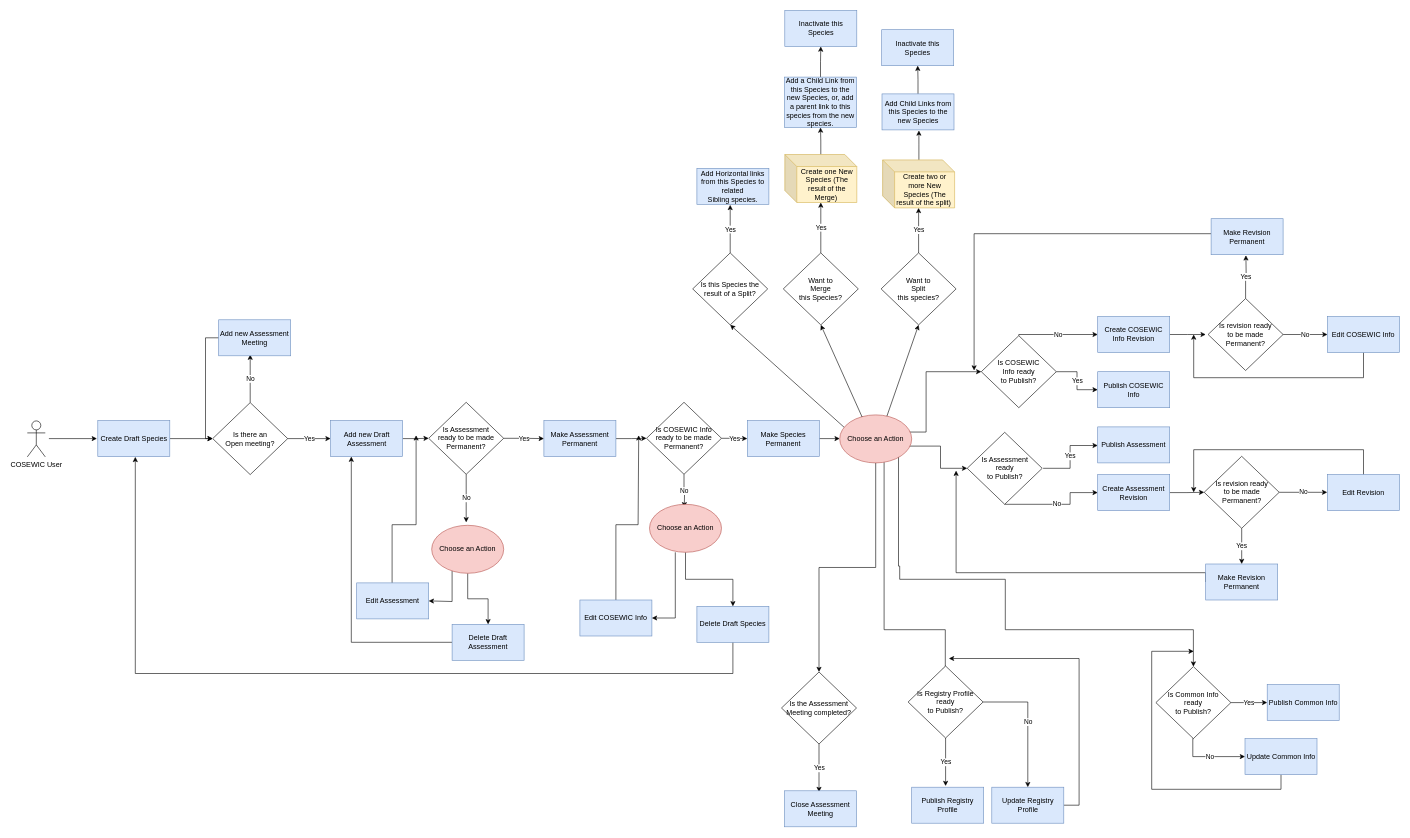
Earlier version of the draw.io diagram page "COSEWIC" (1 of 3) of SAR system flowchart.drawio (AleksueiR/sar-api-test). Source tidied: cells renumbered, new cells numbered last; positions are measured from the earlier drawing's top-left corner, leaving out a move shared by most shapes. Both pictures are drawn from the tidied source at 60%, with x=0, y=0 at pixel (27, 10).
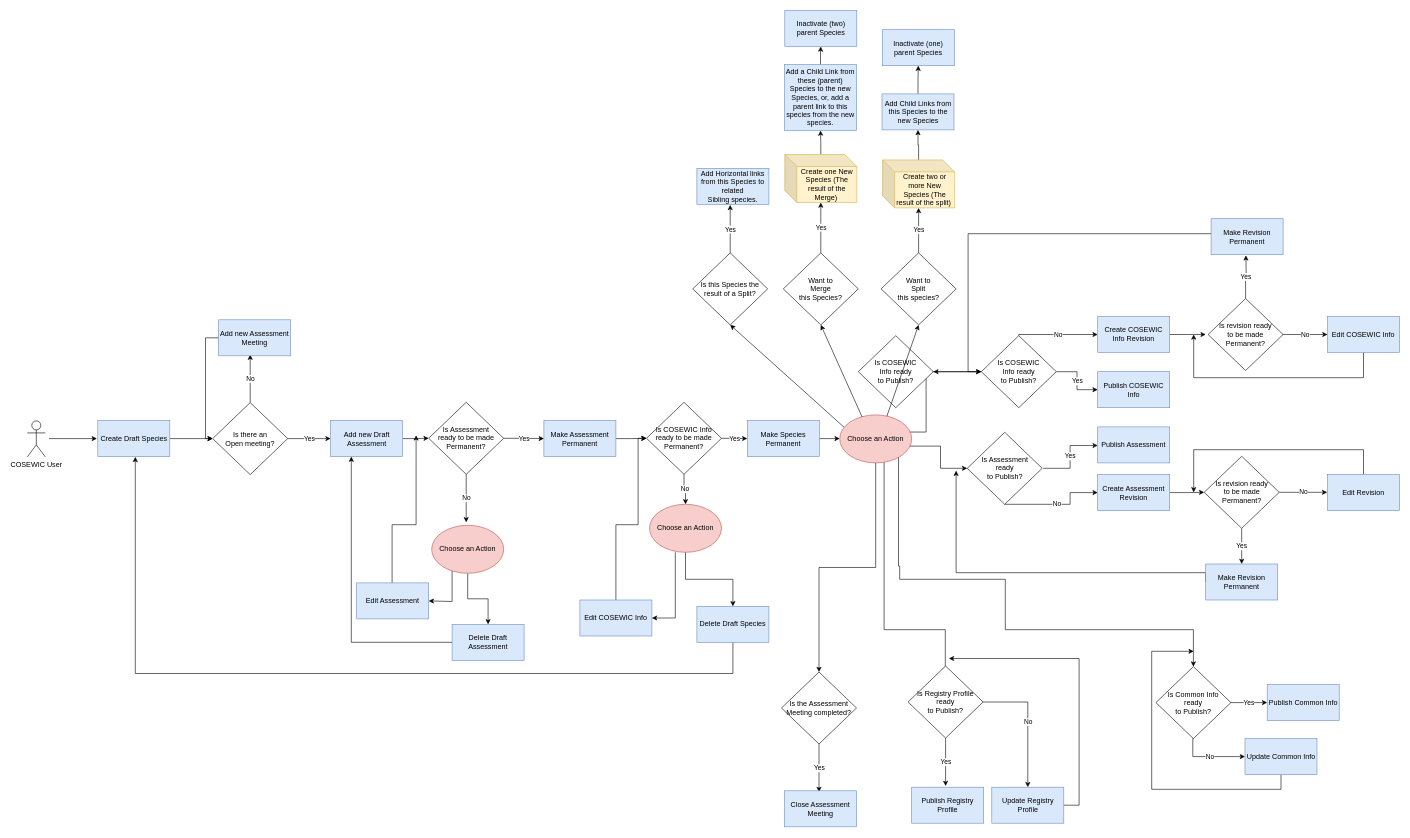
Above is the later version.

The change refers to these unchanged cells:
```xml
<mxCell id="20" value="Is COSEWIC &lt;br&gt;Info&amp;nbsp;ready &lt;br&gt;to Publish?" style="rhombus;whiteSpace=wrap;html=1;" parent="1" vertex="1">
  <mxGeometry x="1590" y="542" width="125" height="120" as="geometry" />
</mxCell>
<mxCell id="24" value="Make Revision Permanent" style="rounded=0;whiteSpace=wrap;html=1;fillColor=#dae8fc;strokeColor=#6c8ebf;" parent="1" vertex="1">
  <mxGeometry x="1973" y="347" width="120" height="60" as="geometry" />
</mxCell>
<mxCell id="49" value="Create two or more New Species (The result of the split)&amp;nbsp;" style="shape=cube;whiteSpace=wrap;html=1;boundedLbl=1;backgroundOutline=1;darkOpacity=0.05;darkOpacity2=0.1;fillColor=#fff2cc;strokeColor=#d6b656;" parent="1" vertex="1">
  <mxGeometry x="1425.5" y="249" width="120" height="80" as="geometry" />
</mxCell>
<mxCell id="51" value="Add Child Links from this Species to the new Species" style="rounded=0;whiteSpace=wrap;html=1;fillColor=#dae8fc;strokeColor=#6c8ebf;" parent="1" vertex="1">
  <mxGeometry x="1424.5" y="139" width="120" height="60" as="geometry" />
</mxCell>
<mxCell id="67" value="Is COSEWIC Info&lt;br&gt;ready to be made &lt;br&gt;Permanent?" style="rhombus;whiteSpace=wrap;html=1;" parent="1" vertex="1">
  <mxGeometry x="1032" y="653" width="125" height="120" as="geometry" />
</mxCell>
<mxCell id="69" value="Edit COSEWIC Info" style="rounded=0;whiteSpace=wrap;html=1;fillColor=#dae8fc;strokeColor=#6c8ebf;" parent="1" vertex="1">
  <mxGeometry x="921" y="982.5" width="120" height="60" as="geometry" />
</mxCell>
<mxCell id="77" value="Choose an Action" style="ellipse;whiteSpace=wrap;html=1;fillColor=#f8cecc;strokeColor=#b85450;" parent="1" vertex="1">
  <mxGeometry x="1037" y="823" width="120" height="80" as="geometry" />
</mxCell>
```

Change to the diagram source:
```diff
@@
+    <mxCell id="104" style="edgeStyle=orthogonalEdgeStyle;rounded=0;jettySize=auto;html=1;" parent="1" edge="1" source="20" target="105">
+      <mxGeometry relative="1" as="geometry" />
+    </mxCell>
@@
+    <mxCell id="105" value="Is COSEWIC &lt;br&gt;Info&amp;nbsp;ready &lt;br&gt;to Publish?" style="rhombus;whiteSpace=wrap;html=1;" parent="1" vertex="1">
+      <mxGeometry x="1385" y="542" width="125" height="120" as="geometry" />
+    </mxCell>
@@
-    <mxCell id="23" style="edgeStyle=orthogonalEdgeStyle;rounded=0;jettySize=auto;html=1;" parent="1" edge="1" source="24">
+    <mxCell id="23" style="edgeStyle=orthogonalEdgeStyle;rounded=0;jettySize=auto;html=1;entryX=0;entryY=0.5;entryDx=0;entryDy=0;" parent="1" edge="1" source="24" target="20">
       <mxGeometry relative="1" as="geometry">
-        <mxPoint x="1578" y="600" as="targetPoint" />
         <Array as="points">
-          <mxPoint x="1578" y="372" />
+          <mxPoint x="1568" y="372" />
+          <mxPoint x="1568" y="602" />
         </Array>
       </mxGeometry>
     </mxCell>
@@
-    <mxCell id="48" style="edgeStyle=orthogonalEdgeStyle;rounded=0;jettySize=auto;html=1;" parent="1" edge="1" source="49">
+    <mxCell id="48" style="edgeStyle=orthogonalEdgeStyle;rounded=0;jettySize=auto;html=1;entryX=0.5;entryY=1;entryDx=0;entryDy=0;" parent="1" edge="1" source="49" target="51">
       <mxGeometry relative="1" as="geometry">
-        <mxPoint x="1486" y="200" as="targetPoint" />
         <Array as="points">
           <mxPoint x="1486" y="224" />
-          <mxPoint x="1485" y="224" />
         </Array>
       </mxGeometry>
     </mxCell>
@@
-    <mxCell id="52" value="Inactivate this Species" style="rounded=0;whiteSpace=wrap;html=1;fillColor=#dae8fc;strokeColor=#6c8ebf;" parent="1" vertex="1">
+    <mxCell id="52" value="Inactivate (two) parent Species" style="rounded=0;whiteSpace=wrap;html=1;fillColor=#dae8fc;strokeColor=#6c8ebf;" parent="1" vertex="1">
       <mxGeometry x="1262.5" width="120" height="60" as="geometry" />
     </mxCell>
@@
-    <mxCell id="56" value="Add a Child Link from this Species to the new Species, or, add a parent link to this species from the new species." style="rounded=0;whiteSpace=wrap;html=1;fillColor=#dae8fc;strokeColor=#6c8ebf;" parent="1" vertex="1">
-      <mxGeometry x="1262" y="111" width="120" height="84" as="geometry" />
+    <mxCell id="56" value="Add a Child Link from these (parent) Species to the new Species, or, add a parent link to this species from the new species." style="rounded=0;whiteSpace=wrap;html=1;fillColor=#dae8fc;strokeColor=#6c8ebf;" parent="1" vertex="1">
+      <mxGeometry x="1262" y="90" width="120" height="110" as="geometry" />
     </mxCell>
-    <mxCell id="57" value="Inactivate this Species" style="rounded=0;whiteSpace=wrap;html=1;fillColor=#dae8fc;strokeColor=#6c8ebf;" parent="1" vertex="1">
-      <mxGeometry x="1424" y="32" width="120" height="60" as="geometry" />
+    <mxCell id="57" value="Inactivate (one) parent Species" style="rounded=0;whiteSpace=wrap;html=1;fillColor=#dae8fc;strokeColor=#6c8ebf;" parent="1" vertex="1">
+      <mxGeometry x="1425" y="32" width="120" height="60" as="geometry" />
     </mxCell>
@@
-    <mxCell id="66" value="No" style="edgeStyle=orthogonalEdgeStyle;rounded=0;jettySize=auto;html=1;" parent="1" edge="1" source="67">
-      <mxGeometry relative="1" as="geometry">
-        <mxPoint x="1095" y="828" as="targetPoint" />
-      </mxGeometry>
+    <mxCell id="66" value="No" style="edgeStyle=orthogonalEdgeStyle;rounded=0;jettySize=auto;html=1;entryX=0.5;entryY=0;entryDx=0;entryDy=0;" parent="1" edge="1" source="67" target="77">
+      <mxGeometry relative="1" as="geometry" />
     </mxCell>
@@
-    <mxCell id="68" style="edgeStyle=orthogonalEdgeStyle;rounded=0;jettySize=auto;html=1;exitX=0.5;exitY=0;exitDx=0;exitDy=0;" parent="1" edge="1" source="69">
+    <mxCell id="68" style="edgeStyle=orthogonalEdgeStyle;rounded=0;jettySize=auto;html=1;exitX=0.5;exitY=0;exitDx=0;exitDy=0;entryX=0;entryY=0.5;entryDx=0;entryDy=0;" parent="1" edge="1" source="69" target="67">
       <mxGeometry relative="1" as="geometry">
-        <mxPoint x="1019" y="708" as="targetPoint" />
         <Array as="points">
           <mxPoint x="981" y="857" />
           <mxPoint x="1018" y="857" />
+          <mxPoint x="1018" y="713" />
         </Array>
       </mxGeometry>
     </mxCell>
```
